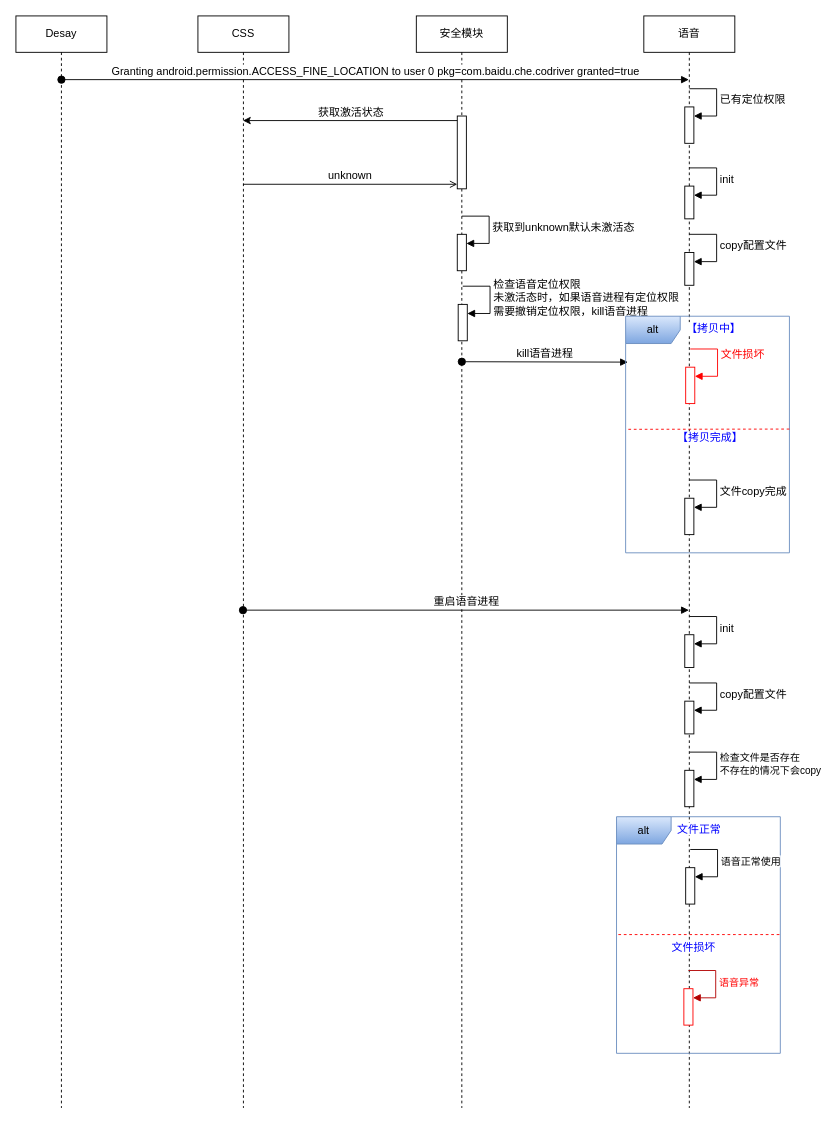
The draw.io diagram page "第 21 页" (21 of 21) of 未命名绘图.drawio in songlongGithub/CustomDemo, before the edit. Source tidied: cells renumbered, new cells numbered last; positions are measured from the earlier drawing's top-left corner, leaving out a move shared by most shapes. Both pictures are drawn from the tidied source at 91%, with x=0, y=0 at pixel (15, 15).
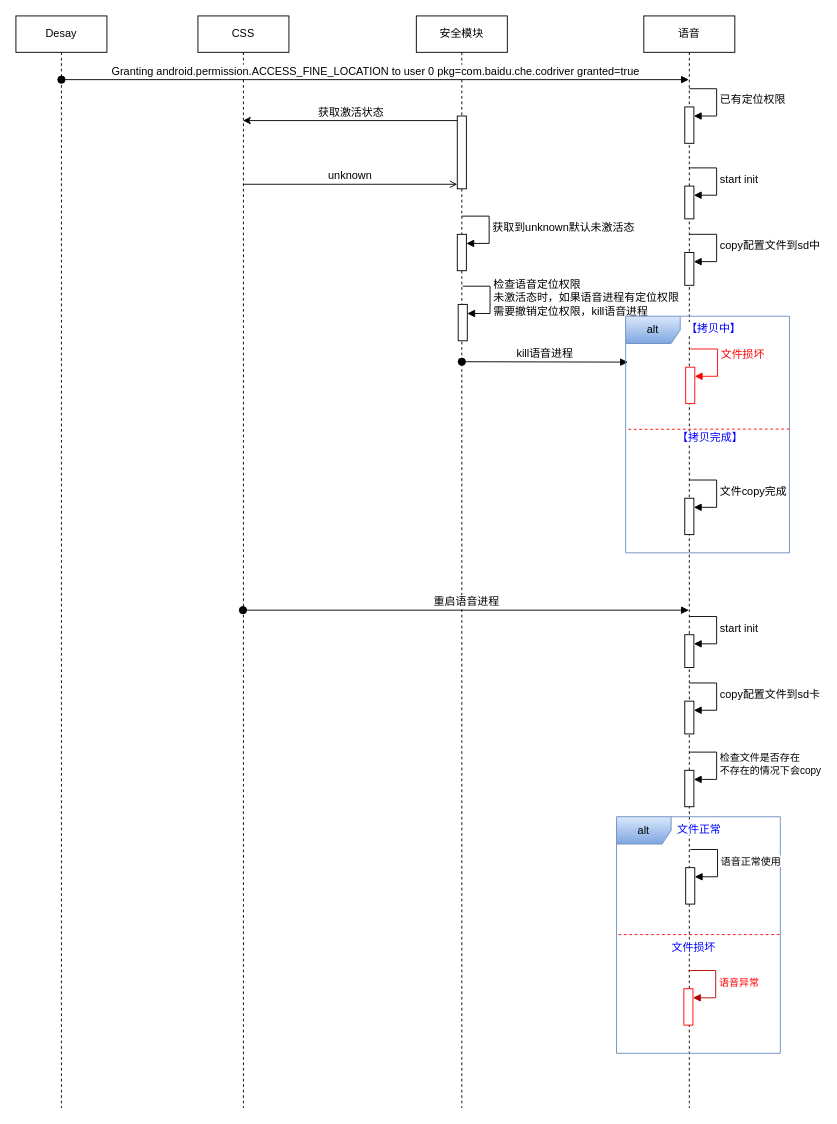
The same page after the edit.

Commit message:
更新未命名绘图.drawio

The change refers to these unchanged cells:
```xml
<mxCell id="9" value="语音" style="shape=umlLifeline;perimeter=lifelinePerimeter;whiteSpace=wrap;html=1;outlineConnect=0;portConstraint=eastwest;newEdgeStyle={&quot;curved&quot;:0,&quot;rounded&quot;:0};fontSize=12;" parent="1" vertex="1">
  <mxGeometry x="690" width="100" height="1200" as="geometry" />
</mxCell>
<mxCell id="12" style="html=1;points=[[0,0,0,0,5],[0,1,0,0,-5],[1,0,0,0,5],[1,1,0,0,-5]];perimeter=orthogonalPerimeter;outlineConnect=0;targetShapes=umlLifeline;portConstraint=eastwest;newEdgeStyle={&quot;curved&quot;:0,&quot;rounded&quot;:0};fontSize=12;" parent="9" vertex="1">
  <mxGeometry x="45" y="187" width="10" height="36" as="geometry" />
</mxCell>
<mxCell id="14" style="html=1;points=[[0,0,0,0,5],[0,1,0,0,-5],[1,0,0,0,5],[1,1,0,0,-5]];perimeter=orthogonalPerimeter;outlineConnect=0;targetShapes=umlLifeline;portConstraint=eastwest;newEdgeStyle={&quot;curved&quot;:0,&quot;rounded&quot;:0};fontSize=12;" parent="9" vertex="1">
  <mxGeometry x="45" y="260" width="10" height="36" as="geometry" />
</mxCell>
<mxCell id="16" style="html=1;points=[[0,0,0,0,5],[0,1,0,0,-5],[1,0,0,0,5],[1,1,0,0,-5]];perimeter=orthogonalPerimeter;outlineConnect=0;targetShapes=umlLifeline;portConstraint=eastwest;newEdgeStyle={&quot;curved&quot;:0,&quot;rounded&quot;:0};fontSize=12;" parent="9" vertex="1">
  <mxGeometry x="45" y="680" width="10" height="36" as="geometry" />
</mxCell>
<mxCell id="18" style="html=1;points=[[0,0,0,0,5],[0,1,0,0,-5],[1,0,0,0,5],[1,1,0,0,-5]];perimeter=orthogonalPerimeter;outlineConnect=0;targetShapes=umlLifeline;portConstraint=eastwest;newEdgeStyle={&quot;curved&quot;:0,&quot;rounded&quot;:0};fontSize=12;" parent="9" vertex="1">
  <mxGeometry x="45" y="753" width="10" height="36" as="geometry" />
</mxCell>
```

Change to the diagram source:
```diff
@@
-    <mxCell id="13" value="init" style="html=1;align=left;spacingLeft=2;endArrow=block;rounded=0;edgeStyle=orthogonalEdgeStyle;curved=0;rounded=0;fontSize=12;" parent="9" edge="1" target="12">
+    <mxCell id="13" value="start init" style="html=1;align=left;spacingLeft=2;endArrow=block;rounded=0;edgeStyle=orthogonalEdgeStyle;curved=0;rounded=0;fontSize=12;" parent="9" edge="1" target="12">
       <mxGeometry relative="1" as="geometry">
         <mxPoint x="50" y="167" as="sourcePoint" />
         <Array as="points">
           <mxPoint x="80" y="197" />
         </Array>
       </mxGeometry>
     </mxCell>
@@
-    <mxCell id="15" value="copy配置文件" style="html=1;align=left;spacingLeft=2;endArrow=block;rounded=0;edgeStyle=orthogonalEdgeStyle;curved=0;rounded=0;fontSize=12;" parent="9" edge="1" target="14">
+    <mxCell id="15" value="copy配置文件到sd中" style="html=1;align=left;spacingLeft=2;endArrow=block;rounded=0;edgeStyle=orthogonalEdgeStyle;curved=0;rounded=0;fontSize=12;" parent="9" edge="1" target="14">
       <mxGeometry relative="1" as="geometry">
         <mxPoint x="50" y="240" as="sourcePoint" />
         <Array as="points">
           <mxPoint x="80" y="270" />
         </Array>
       </mxGeometry>
     </mxCell>
@@
-    <mxCell id="17" value="init" style="html=1;align=left;spacingLeft=2;endArrow=block;rounded=0;edgeStyle=orthogonalEdgeStyle;curved=0;rounded=0;fontSize=12;" parent="9" edge="1" target="16">
+    <mxCell id="17" value="start init" style="html=1;align=left;spacingLeft=2;endArrow=block;rounded=0;edgeStyle=orthogonalEdgeStyle;curved=0;rounded=0;fontSize=12;" parent="9" edge="1" target="16">
       <mxGeometry relative="1" as="geometry">
         <mxPoint x="50" y="660" as="sourcePoint" />
         <Array as="points">
           <mxPoint x="80" y="690" />
         </Array>
       </mxGeometry>
     </mxCell>
@@
-    <mxCell id="19" value="copy配置文件" style="html=1;align=left;spacingLeft=2;endArrow=block;rounded=0;edgeStyle=orthogonalEdgeStyle;curved=0;rounded=0;fontSize=12;" parent="9" edge="1" target="18">
+    <mxCell id="19" value="copy配置文件到sd卡" style="html=1;align=left;spacingLeft=2;endArrow=block;rounded=0;edgeStyle=orthogonalEdgeStyle;curved=0;rounded=0;fontSize=12;" parent="9" edge="1" target="18">
       <mxGeometry x="0.01" relative="1" as="geometry">
         <mxPoint x="50" y="733" as="sourcePoint" />
         <Array as="points">
           <mxPoint x="80" y="763" />
         </Array>
       </mxGeometry>
     </mxCell>
```
